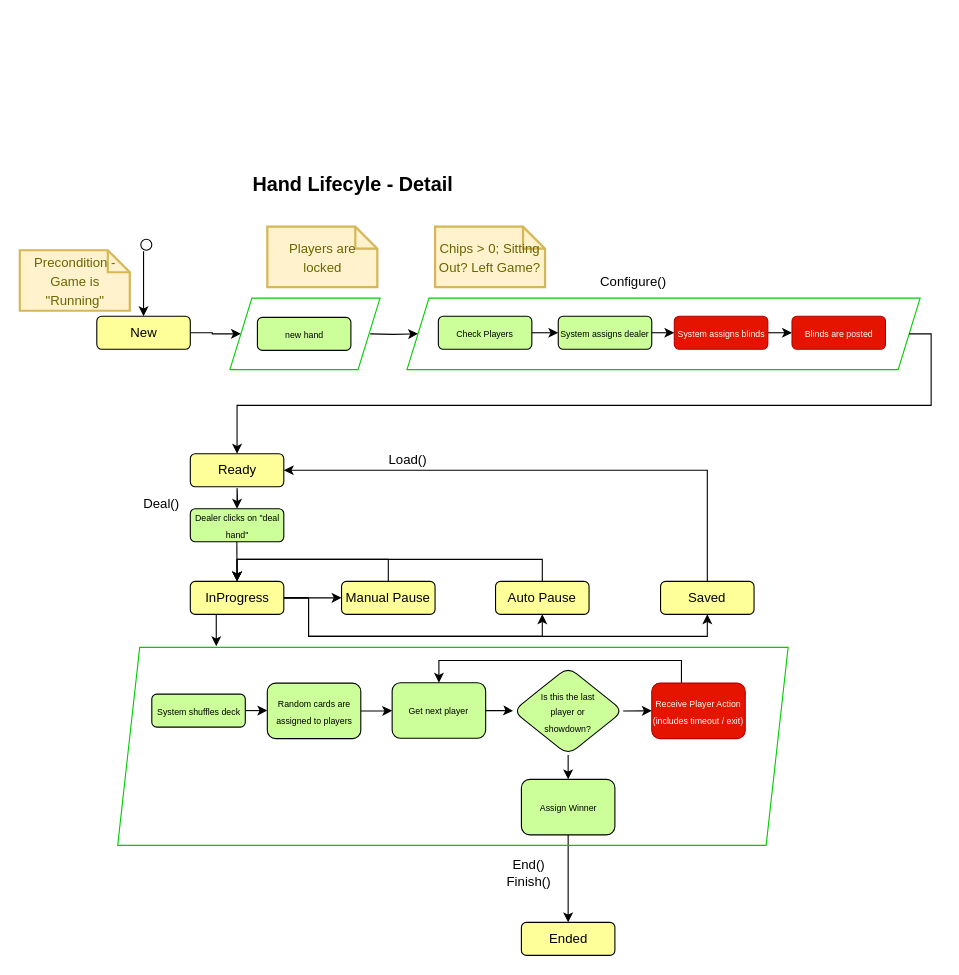
Earlier version of the draw.io diagram page "Hand Lifecycle - Detail" (5 of 5) of diagrams/EntityLifcycle.drawio (moodaye/pokerIndia). Source tidied: cells renumbered, new cells numbered last; positions are measured from the earlier drawing's top-left corner, leaving out a move shared by most shapes. Both pictures are drawn from the tidied source at 110%, with x=0, y=0 at pixel (20, 174).
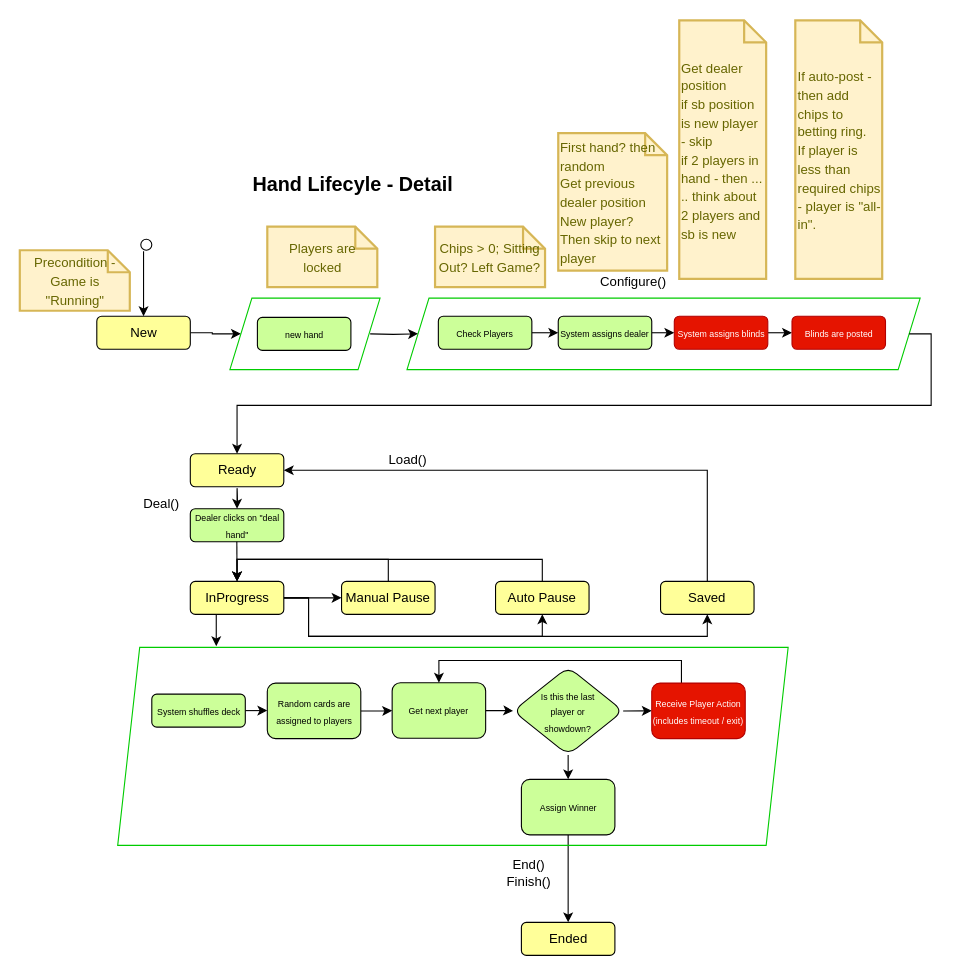
Above is the later version.

Commit message:
added detail to hand lc details

The edit, as a diff of the source:
```diff
@@
+    <mxCell id="56" value="&lt;span style=&quot;font-size: 12px&quot;&gt;First hand? then random&lt;br&gt;Get previous dealer position&lt;br&gt;New player? Then skip to next player&lt;br&gt;&lt;/span&gt;" style="shape=note;strokeWidth=2;fontSize=14;size=20;whiteSpace=wrap;html=1;fillColor=#fff2cc;strokeColor=#d6b656;fontColor=#666600;align=left;" parent="1" vertex="1">
+      <mxGeometry x="489" y="-37.5" width="99" height="125" as="geometry" />
+    </mxCell>
+    <mxCell id="57" value="&lt;span style=&quot;font-size: 12px&quot;&gt;Get dealer position&lt;br&gt;if sb position is new player - skip&lt;br&gt;if 2 players in hand - then ... .. think about 2 players and sb is new&lt;br&gt;&lt;/span&gt;" style="shape=note;strokeWidth=2;fontSize=14;size=20;whiteSpace=wrap;html=1;fillColor=#fff2cc;strokeColor=#d6b656;fontColor=#666600;align=left;" parent="1" vertex="1">
+      <mxGeometry x="599" y="-140" width="79" height="235" as="geometry" />
+    </mxCell>
+    <mxCell id="58" value="&lt;span style=&quot;font-size: 12px&quot;&gt;If auto-post - then add chips to betting ring.&amp;nbsp;&lt;br&gt;If player is less than required chips - player is &quot;all-in&quot;.&lt;br&gt;&lt;/span&gt;" style="shape=note;strokeWidth=2;fontSize=14;size=20;whiteSpace=wrap;html=1;fillColor=#fff2cc;strokeColor=#d6b656;fontColor=#666600;align=left;" parent="1" vertex="1">
+      <mxGeometry x="704.5" y="-140" width="79" height="235" as="geometry" />
+    </mxCell>
```
